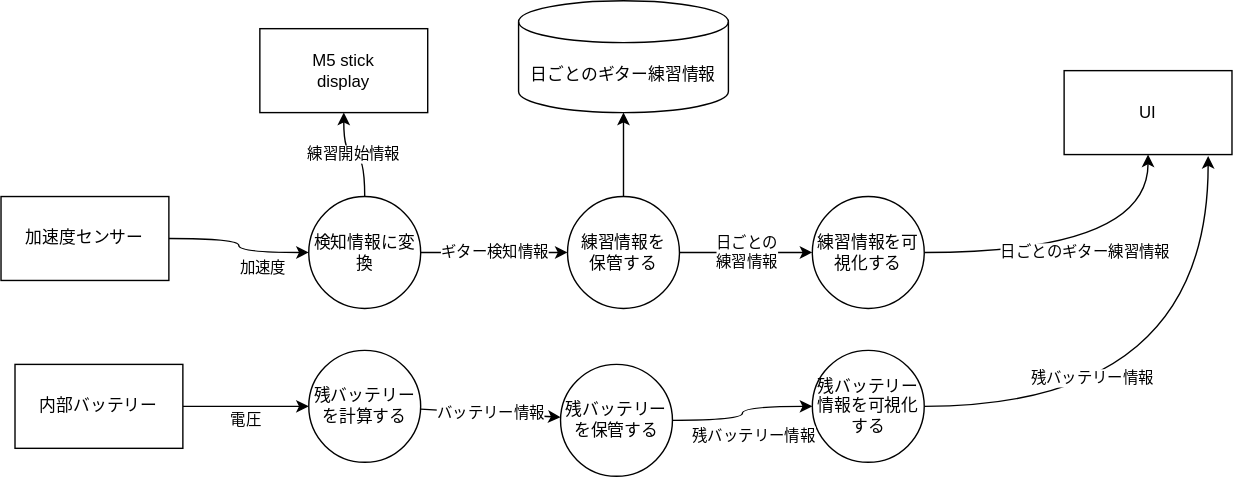
The draw.io diagram images/DFD0.drawio.svg in gakutosasabe/Gitter, before a commit. Source tidied: cells renumbered, new cells last; positions are measured from the earlier drawing's top-left corner, leaving out a move shared by most shapes.
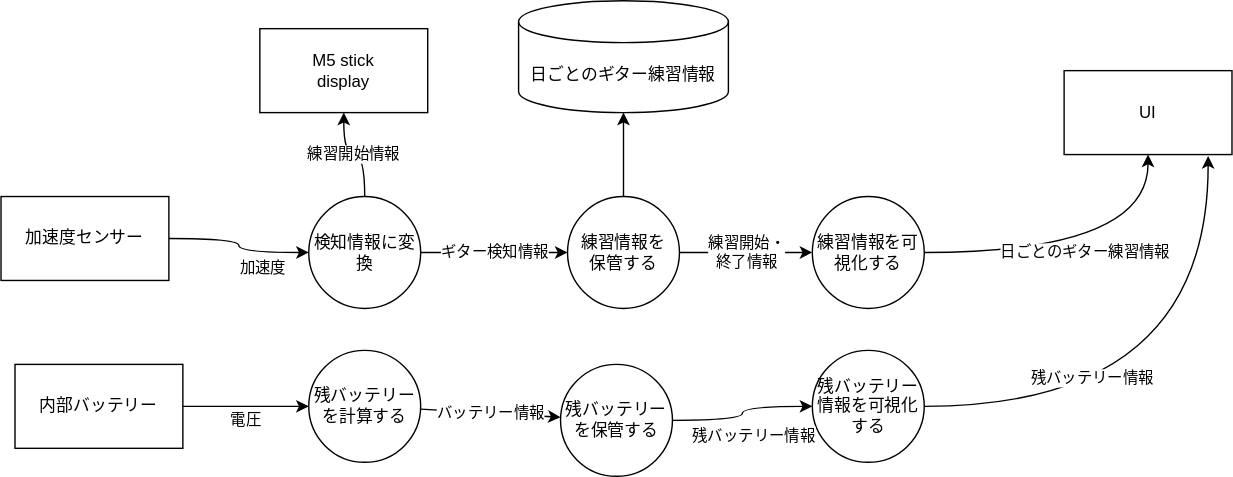
Later version of the same file.

What changed in the source:
```diff
@@ -40,7 +40,7 @@
     <mxCell id="13" style="edgeStyle=orthogonalEdgeStyle;curved=1;html=1;entryX=0.5;entryY=1;entryDx=0;entryDy=0;entryPerimeter=0;" parent="1" edge="1" source="15" target="16">
       <mxGeometry relative="1" as="geometry" />
     </mxCell>
-    <mxCell id="14" value="日ごとの&lt;br&gt;練習情報" style="edgeStyle=orthogonalEdgeStyle;curved=1;html=1;entryX=0;entryY=0.5;entryDx=0;entryDy=0;" parent="1" edge="1" source="15" target="17">
+    <mxCell id="14" value="練習開始・&lt;br&gt;終了情報" style="edgeStyle=orthogonalEdgeStyle;curved=1;html=1;entryX=0;entryY=0.5;entryDx=0;entryDy=0;" parent="1" edge="1" source="15" target="17">
       <mxGeometry relative="1" as="geometry" />
     </mxCell>
     <mxCell id="15" value="練習情報を&lt;br&gt;保管する" style="ellipse;whiteSpace=wrap;html=1;" parent="1" vertex="1">
```
